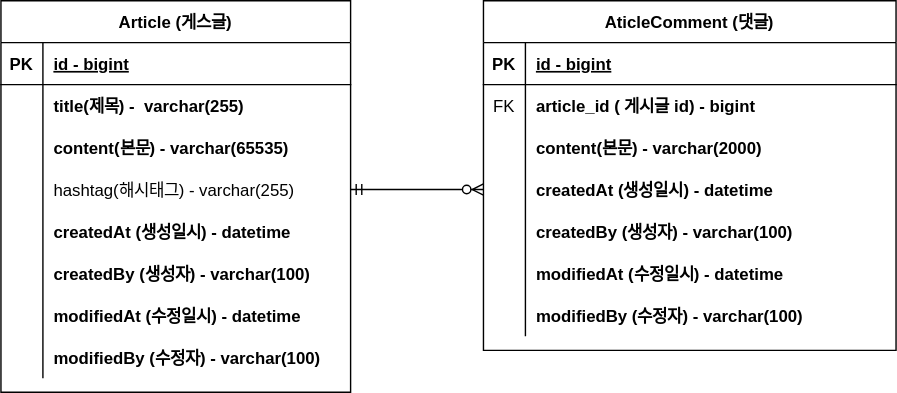
Earlier version of the draw.io export document/proejct-board-erd.svg (chlee4635/msa-board). Source tidied: cells renumbered, new cells last; positions are measured from the earlier drawing's top-left corner, leaving out a move shared by most shapes.
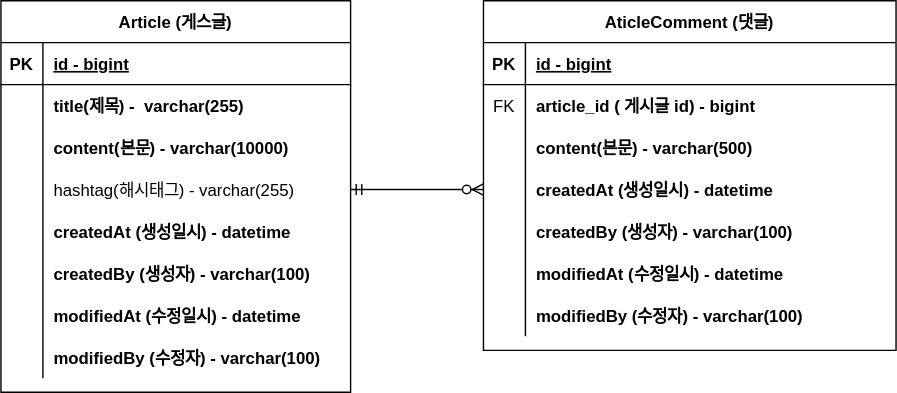
Above is the later version.

Commit message:
#13 - erd 업데이트: content size 변경

The edit, as a diff of the source:
```diff
@@ -29,7 +29,7 @@
     <mxCell id="10" style="shape=partialRectangle;fillColor=none;top=0;left=0;bottom=0;right=0;overflow=hidden;" parent="9" vertex="1">
       <mxGeometry width="30" height="30" as="geometry" />
     </mxCell>
-    <mxCell id="11" value="content(본문) - varchar(65535)" style="shape=partialRectangle;fillColor=none;top=0;left=0;bottom=0;right=0;align=left;spacingLeft=6;overflow=hidden;fontStyle=1;" parent="9" vertex="1">
+    <mxCell id="11" value="content(본문) - varchar(10000)" style="shape=partialRectangle;fillColor=none;top=0;left=0;bottom=0;right=0;align=left;spacingLeft=6;overflow=hidden;fontStyle=1;" parent="9" vertex="1">
       <mxGeometry x="30" width="220" height="30" as="geometry" />
     </mxCell>
     <mxCell id="12" style="shape=tableRow;horizontal=0;startSize=0;swimlaneHead=0;swimlaneBody=0;fillColor=none;points=[[0,0.5],[1,0.5]];portConstraint=eastwest;top=0;left=0;right=0;bottom=0;" parent="2" vertex="1">
@@ -104,7 +104,7 @@
     <mxCell id="35" style="shape=partialRectangle;fillColor=none;top=0;left=0;bottom=0;right=0;overflow=hidden;" parent="34" vertex="1">
       <mxGeometry width="30" height="30" as="geometry" />
     </mxCell>
-    <mxCell id="36" value="content(본문) - varchar(2000)" style="shape=partialRectangle;fillColor=none;top=0;left=0;bottom=0;right=0;align=left;spacingLeft=6;overflow=hidden;fontStyle=1;" parent="34" vertex="1">
+    <mxCell id="36" value="content(본문) - varchar(500)" style="shape=partialRectangle;fillColor=none;top=0;left=0;bottom=0;right=0;align=left;spacingLeft=6;overflow=hidden;fontStyle=1;" parent="34" vertex="1">
       <mxGeometry x="30" width="265" height="30" as="geometry" />
     </mxCell>
     <mxCell id="37" style="shape=tableRow;horizontal=0;startSize=0;swimlaneHead=0;swimlaneBody=0;fillColor=none;points=[[0,0.5],[1,0.5]];portConstraint=eastwest;top=0;left=0;right=0;bottom=0;" parent="27" vertex="1">
```
